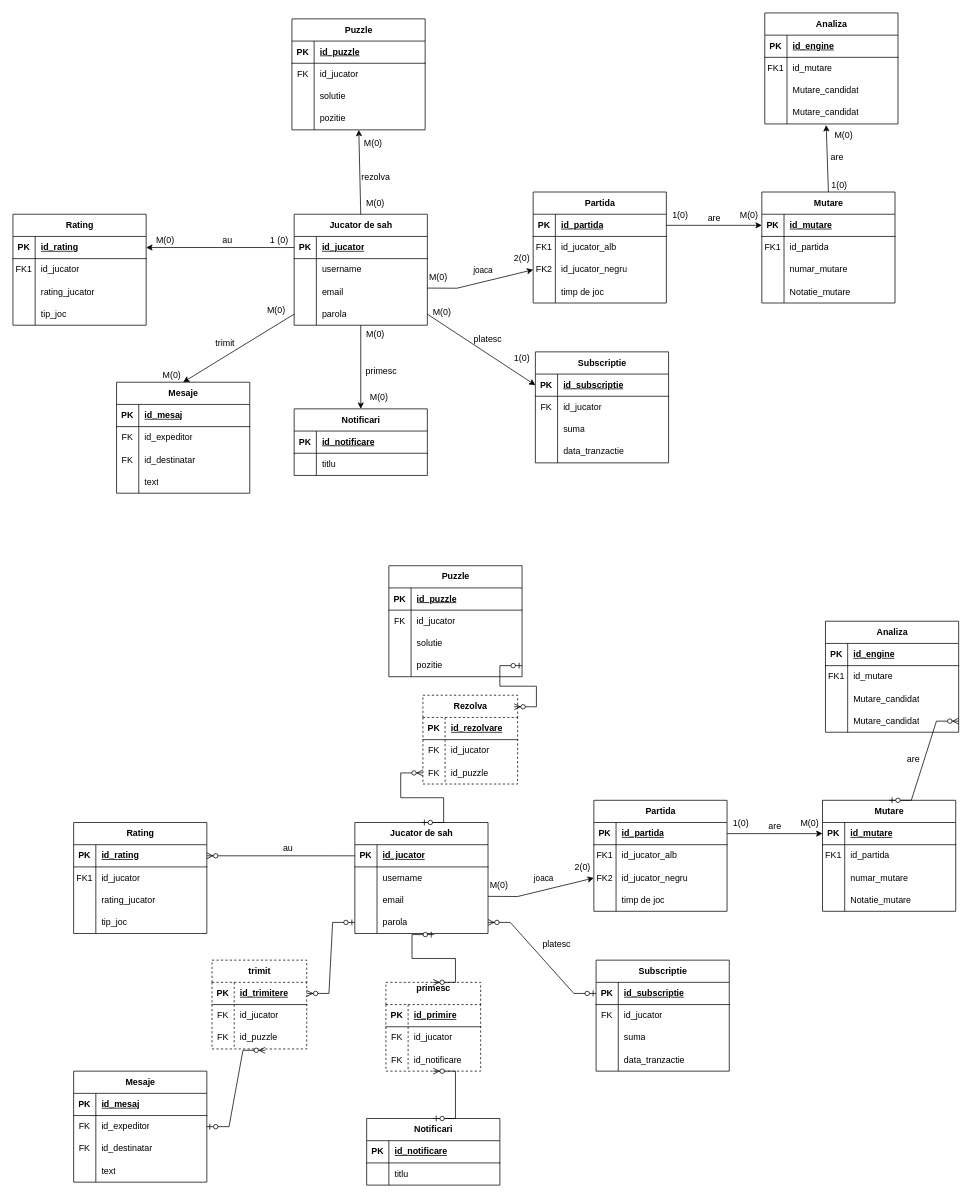
Above: Anul1/Semestrul 2/BD/proiect/copie_diagrama.drawio in CiprianVlad/facultate (draw.io), before the change. Source tidied: cells renumbered, new cells numbered last; positions are measured from the earlier drawing's top-left corner, leaving out a move shared by most shapes. Both pictures are drawn from the tidied source at 74%, with x=0, y=0 at pixel (13, 13).
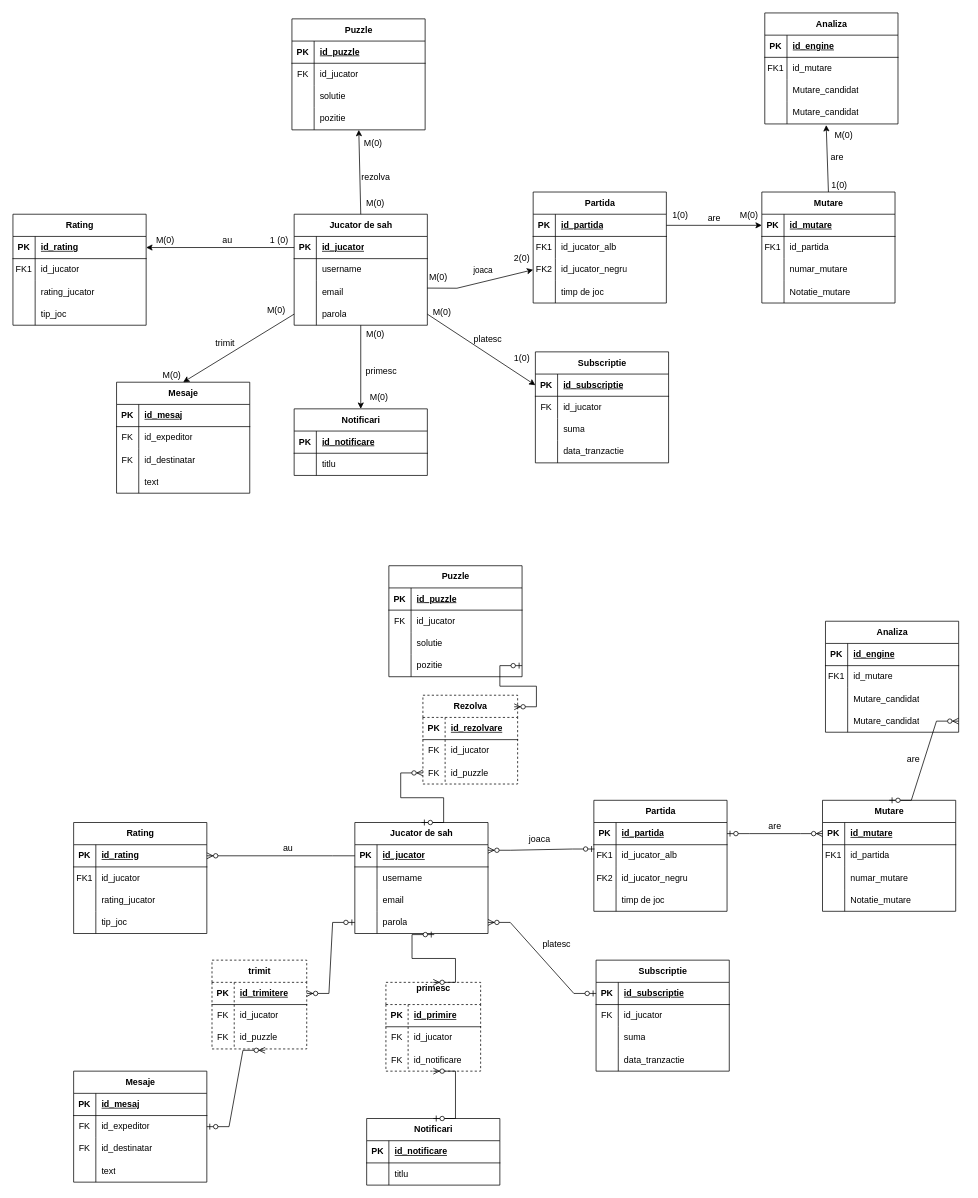
The same page after the edit.

The change refers to these unchanged cells:
```xml
<mxCell id="145" value="Jucator de sah" style="shape=table;startSize=30;childLayout=tableLayout;rowLines=0;fontStyle=1;align=center;html=1;" parent="1" vertex="1">
  <mxGeometry x="462" y="1094" width="180" height="150" as="geometry" />
</mxCell>
<mxCell id="152" style="shape=tableRow;horizontal=0;startSize=0;swimlaneHead=0;swimlaneBody=0;fillColor=none;points=[[0,0.5],[1,0.5]];portConstraint=eastwest;top=0;left=0;right=0;bottom=0;" parent="145" vertex="1">
  <mxGeometry y="90" width="180" height="30" as="geometry" />
</mxCell>
<mxCell id="159" style="shape=tableRow;horizontal=0;startSize=0;swimlaneHead=0;swimlaneBody=0;fillColor=none;points=[[0,0.5],[1,0.5]];portConstraint=eastwest;top=0;left=0;right=0;bottom=1;" parent="158" vertex="1">
  <mxGeometry y="30" width="180" height="30" as="geometry" />
</mxCell>
<mxCell id="162" style="shape=tableRow;horizontal=0;startSize=0;swimlaneHead=0;swimlaneBody=0;fillColor=none;points=[[0,0.5],[1,0.5]];portConstraint=eastwest;top=0;left=0;right=0;bottom=0;" parent="158" vertex="1">
  <mxGeometry y="60" width="180" height="30" as="geometry" />
</mxCell>
<mxCell id="185" style="shape=tableRow;horizontal=0;startSize=0;swimlaneHead=0;swimlaneBody=0;fillColor=none;points=[[0,0.5],[1,0.5]];portConstraint=eastwest;top=0;left=0;right=0;bottom=1;" parent="184" vertex="1">
  <mxGeometry y="30" width="180" height="30" as="geometry" />
</mxCell>
```

Diff of the diagram source:
```diff
@@
-    <mxCell id="223" style="endArrow=classic;html=1;rounded=0;exitX=0.999;exitY=0.327;exitDx=0;exitDy=0;entryX=0.75;entryY=1;entryDx=0;entryDy=0;exitPerimeter=0;" parent="1" edge="1" source="152" target="226">
-      <mxGeometry relative="1" as="geometry">
-        <Array as="points">
-          <mxPoint x="682" y="1194" />
-        </Array>
-      </mxGeometry>
-    </mxCell>
-    <mxCell id="224" value="&lt;div&gt;joaca&lt;/div&gt;" style="edgeLabel;html=1;align=center;verticalAlign=middle;" parent="223" vertex="1">
-      <mxGeometry relative="1" as="geometry">
-        <mxPoint x="3" y="-17" as="offset" />
-      </mxGeometry>
-    </mxCell>
-    <mxCell id="225" value="M(0)" style="text;html=1;align=center;verticalAlign=middle;whiteSpace=wrap;rounded=0;" parent="1" vertex="1">
-      <mxGeometry x="632" y="1164" width="50" height="30" as="geometry" />
-    </mxCell>
-    <mxCell id="226" value="2(0)" style="text;html=1;align=center;verticalAlign=middle;whiteSpace=wrap;rounded=0;" parent="1" vertex="1">
-      <mxGeometry x="740" y="1139" width="60" height="30" as="geometry" />
-    </mxCell>
@@
-    <mxCell id="228" value="1(0)" style="text;html=1;align=center;verticalAlign=middle;whiteSpace=wrap;rounded=0;" parent="1" vertex="1">
-      <mxGeometry x="954" y="1080" width="60" height="30" as="geometry" />
-    </mxCell>
-    <mxCell id="229" value="M(0)" style="text;html=1;align=center;verticalAlign=middle;whiteSpace=wrap;rounded=0;" parent="1" vertex="1">
-      <mxGeometry x="1047" y="1080" width="60" height="30" as="geometry" />
-    </mxCell>
-    <mxCell id="230" style="endArrow=classic;html=1;rounded=0;entryX=0;entryY=0.5;entryDx=0;entryDy=0;exitX=1;exitY=0.5;exitDx=0;exitDy=0;" parent="1" edge="1" source="159" target="185">
-      <mxGeometry relative="1" as="geometry" />
-    </mxCell>
@@
+    <mxCell id="230" style="edgeStyle=entityRelationEdgeStyle;fontSize=12;html=1;endArrow=ERzeroToMany;startArrow=ERzeroToOne;rounded=0;entryX=0;entryY=0.5;entryDx=0;entryDy=0;exitX=1;exitY=0.5;exitDx=0;exitDy=0;" parent="1" edge="1" source="159" target="185">
+      <mxGeometry relative="1" as="geometry" />
+    </mxCell>
+    <mxCell id="306" style="edgeStyle=entityRelationEdgeStyle;fontSize=12;html=1;endArrow=ERzeroToMany;startArrow=ERzeroToOne;rounded=0;entryX=1;entryY=0.25;entryDx=0;entryDy=0;exitX=0.005;exitY=0.194;exitDx=0;exitDy=0;exitPerimeter=0;" parent="1" edge="1" source="162" target="145">
+      <mxGeometry relative="1" as="geometry" />
+    </mxCell>
+    <mxCell id="224" value="&lt;div&gt;joaca&lt;/div&gt;" style="text;html=1;whiteSpace=wrap;strokeColor=none;fillColor=none;align=center;verticalAlign=middle;rounded=0;" parent="1" vertex="1">
+      <mxGeometry x="682" y="1102" width="60" height="30" as="geometry" />
+    </mxCell>
```
